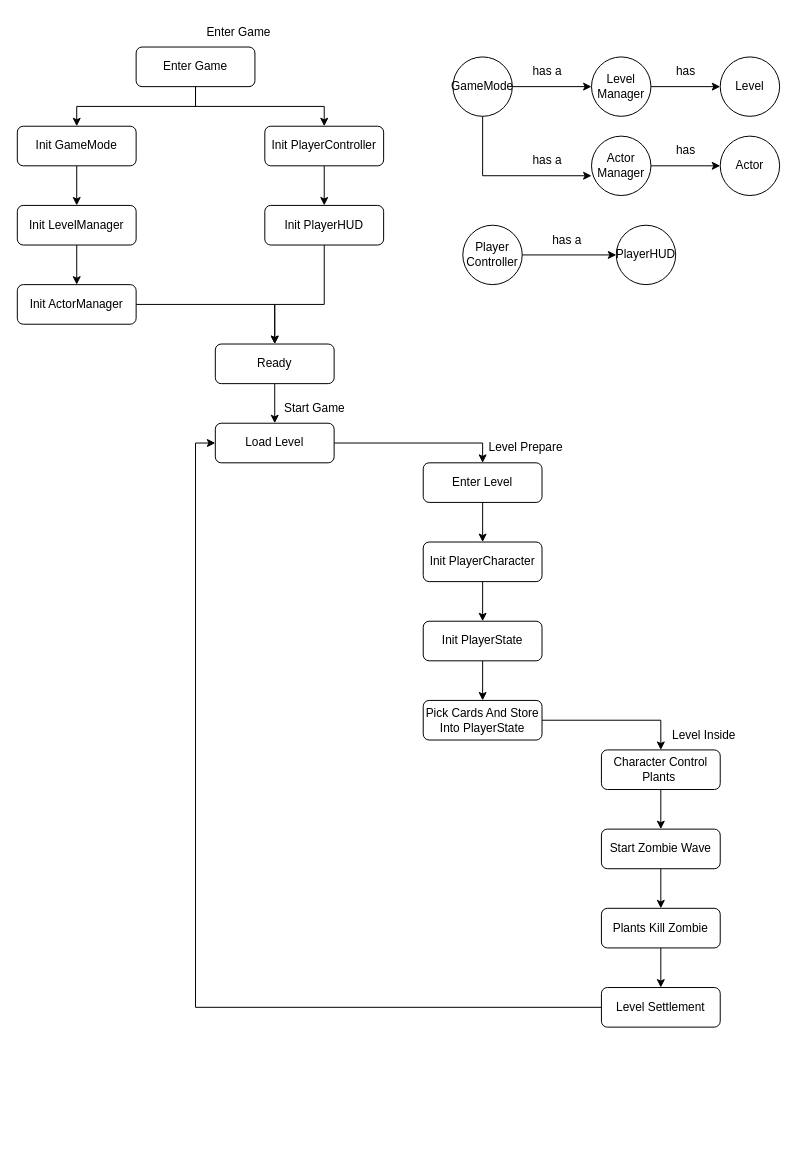
Earlier version of the draw.io diagram GameFlow.drawio (Danqingyifan/PVZ_UML). Source tidied: cells renumbered, new cells numbered last; positions are measured from the earlier drawing's top-left corner, leaving out a move shared by most shapes. Both pictures are drawn from the tidied source at 99%, with x=0, y=0 at pixel (17, 17).
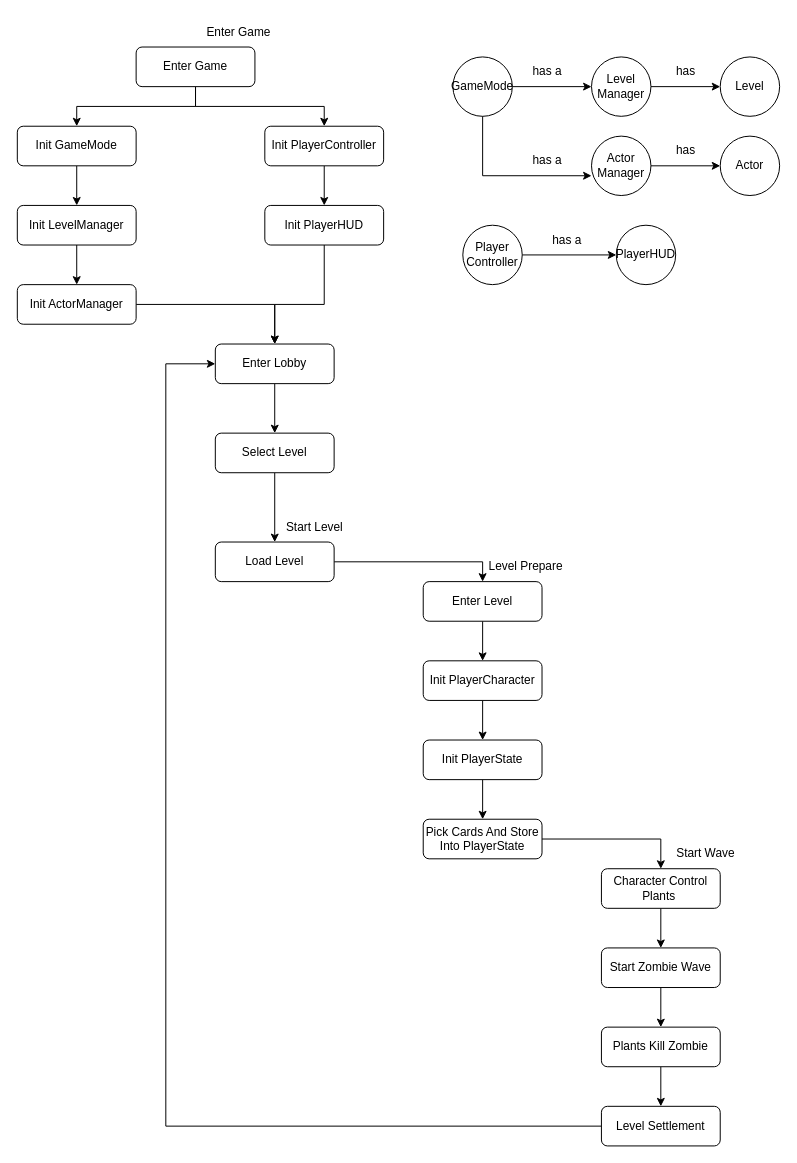
The same diagram, later.

The edit, as a diff of the source:
```diff
@@
     <mxCell id="5" value="Init PlayerState" style="rounded=1;whiteSpace=wrap;html=1;fontSize=12;glass=0;strokeWidth=1;shadow=0;" parent="1" vertex="1">
-      <mxGeometry x="410" y="610" width="120" height="40" as="geometry" />
+      <mxGeometry x="410" y="730" width="120" height="40" as="geometry" />
     </mxCell>
@@
     <mxCell id="20" value="Init PlayerCharacter" style="rounded=1;whiteSpace=wrap;html=1;fontSize=12;glass=0;strokeWidth=1;shadow=0;" parent="1" vertex="1">
-      <mxGeometry x="410" y="530" width="120" height="40" as="geometry" />
+      <mxGeometry x="410" y="650" width="120" height="40" as="geometry" />
     </mxCell>
@@
     <mxCell id="25" value="Enter Level" style="rounded=1;whiteSpace=wrap;html=1;fontSize=12;glass=0;strokeWidth=1;shadow=0;" parent="1" vertex="1">
-      <mxGeometry x="410" y="450" width="120" height="40" as="geometry" />
+      <mxGeometry x="410" y="570" width="120" height="40" as="geometry" />
     </mxCell>
@@
     <mxCell id="29" value="Pick Cards And Store Into PlayerState" style="rounded=1;whiteSpace=wrap;html=1;fontSize=12;glass=0;strokeWidth=1;shadow=0;" parent="1" vertex="1">
-      <mxGeometry x="410" y="690" width="120" height="40" as="geometry" />
+      <mxGeometry x="410" y="810" width="120" height="40" as="geometry" />
     </mxCell>
@@
     <mxCell id="31" value="Level Prepare&amp;nbsp;" style="text;html=1;align=center;verticalAlign=middle;strokeColor=none;fillColor=none;" parent="1" vertex="1">
-      <mxGeometry x="465" y="420" width="100" height="30" as="geometry" />
+      <mxGeometry x="465" y="540" width="100" height="30" as="geometry" />
     </mxCell>
@@
     <mxCell id="33" value="Start Zombie Wave" style="rounded=1;whiteSpace=wrap;html=1;fontSize=12;glass=0;strokeWidth=1;shadow=0;" parent="1" vertex="1">
-      <mxGeometry x="590" y="820" width="120" height="40" as="geometry" />
+      <mxGeometry x="590" y="940" width="120" height="40" as="geometry" />
     </mxCell>
@@
     <mxCell id="35" value="Character Control Plants&amp;nbsp;" style="rounded=1;whiteSpace=wrap;html=1;fontSize=12;glass=0;strokeWidth=1;shadow=0;" parent="1" vertex="1">
-      <mxGeometry x="590" y="740" width="120" height="40" as="geometry" />
+      <mxGeometry x="590" y="860" width="120" height="40" as="geometry" />
     </mxCell>
@@
     <mxCell id="37" value="Plants Kill Zombie" style="rounded=1;whiteSpace=wrap;html=1;fontSize=12;glass=0;strokeWidth=1;shadow=0;" parent="1" vertex="1">
-      <mxGeometry x="590" y="900" width="120" height="40" as="geometry" />
+      <mxGeometry x="590" y="1020" width="120" height="40" as="geometry" />
     </mxCell>
-    <mxCell id="38" value="Level Inside&amp;nbsp;" style="text;html=1;align=center;verticalAlign=middle;strokeColor=none;fillColor=none;" parent="1" vertex="1">
-      <mxGeometry x="650" y="710" width="90" height="30" as="geometry" />
+    <mxCell id="38" value="Start Wave" style="text;html=1;align=center;verticalAlign=middle;strokeColor=none;fillColor=none;" parent="1" vertex="1">
+      <mxGeometry x="655" y="830" width="80" height="30" as="geometry" />
     </mxCell>
-    <mxCell id="39" style="edgeStyle=orthogonalEdgeStyle;rounded=0;jettySize=auto;html=1;entryX=0;entryY=0.5;entryDx=0;entryDy=0;" parent="1" edge="1" source="40" target="43">
-      <mxGeometry relative="1" as="geometry" />
+    <mxCell id="39" style="edgeStyle=orthogonalEdgeStyle;rounded=0;jettySize=auto;html=1;entryX=0;entryY=0.5;entryDx=0;entryDy=0;" parent="1" edge="1" source="40" target="49">
+      <mxGeometry relative="1" as="geometry">
+        <Array as="points">
+          <mxPoint x="150" y="1120" />
+          <mxPoint x="150" y="350" />
+        </Array>
+      </mxGeometry>
     </mxCell>
     <mxCell id="40" value="Level Settlement" style="rounded=1;whiteSpace=wrap;html=1;fontSize=12;glass=0;strokeWidth=1;shadow=0;" parent="1" vertex="1">
-      <mxGeometry x="590" y="980" width="120" height="40" as="geometry" />
+      <mxGeometry x="590" y="1100" width="120" height="40" as="geometry" />
     </mxCell>
-    <mxCell id="41" value="Start Game" style="text;html=1;align=center;verticalAlign=middle;strokeColor=none;fillColor=none;" parent="1" vertex="1">
-      <mxGeometry x="260" y="380" width="80" height="30" as="geometry" />
+    <mxCell id="41" value="Start Level" style="text;html=1;align=center;verticalAlign=middle;strokeColor=none;fillColor=none;" parent="1" vertex="1">
+      <mxGeometry x="260" y="500" width="80" height="30" as="geometry" />
     </mxCell>
@@
     <mxCell id="43" value="Load Level" style="rounded=1;whiteSpace=wrap;html=1;fontSize=12;glass=0;strokeWidth=1;shadow=0;" parent="1" vertex="1">
-      <mxGeometry x="200" y="410" width="120" height="40" as="geometry" />
+      <mxGeometry x="200" y="530" width="120" height="40" as="geometry" />
     </mxCell>
@@
-    <mxCell id="48" style="edgeStyle=orthogonalEdgeStyle;rounded=0;jettySize=auto;html=1;entryX=0.5;entryY=0;entryDx=0;entryDy=0;" parent="1" edge="1" source="49" target="43">
-      <mxGeometry relative="1" as="geometry" />
-    </mxCell>
+    <mxCell id="56" style="edgeStyle=orthogonalEdgeStyle;rounded=0;jettySize=auto;html=1;entryX=0.5;entryY=0;entryDx=0;entryDy=0;" parent="1" edge="1" source="49" target="58">
+      <mxGeometry relative="1" as="geometry" />
+    </mxCell>
-    <mxCell id="49" value="Ready" style="rounded=1;whiteSpace=wrap;html=1;fontSize=12;glass=0;strokeWidth=1;shadow=0;" parent="1" vertex="1">
+    <mxCell id="49" value="Enter Lobby" style="rounded=1;whiteSpace=wrap;html=1;fontSize=12;glass=0;strokeWidth=1;shadow=0;" parent="1" vertex="1">
       <mxGeometry x="200" y="330" width="120" height="40" as="geometry" />
     </mxCell>
@@
+    <mxCell id="57" style="edgeStyle=orthogonalEdgeStyle;rounded=0;jettySize=auto;html=1;entryX=0.5;entryY=0;entryDx=0;entryDy=0;" parent="1" edge="1" source="58" target="43">
+      <mxGeometry relative="1" as="geometry" />
+    </mxCell>
+    <mxCell id="58" value="Select Level" style="rounded=1;whiteSpace=wrap;html=1;fontSize=12;glass=0;strokeWidth=1;shadow=0;" parent="1" vertex="1">
+      <mxGeometry x="200" y="420" width="120" height="40" as="geometry" />
+    </mxCell>
```
